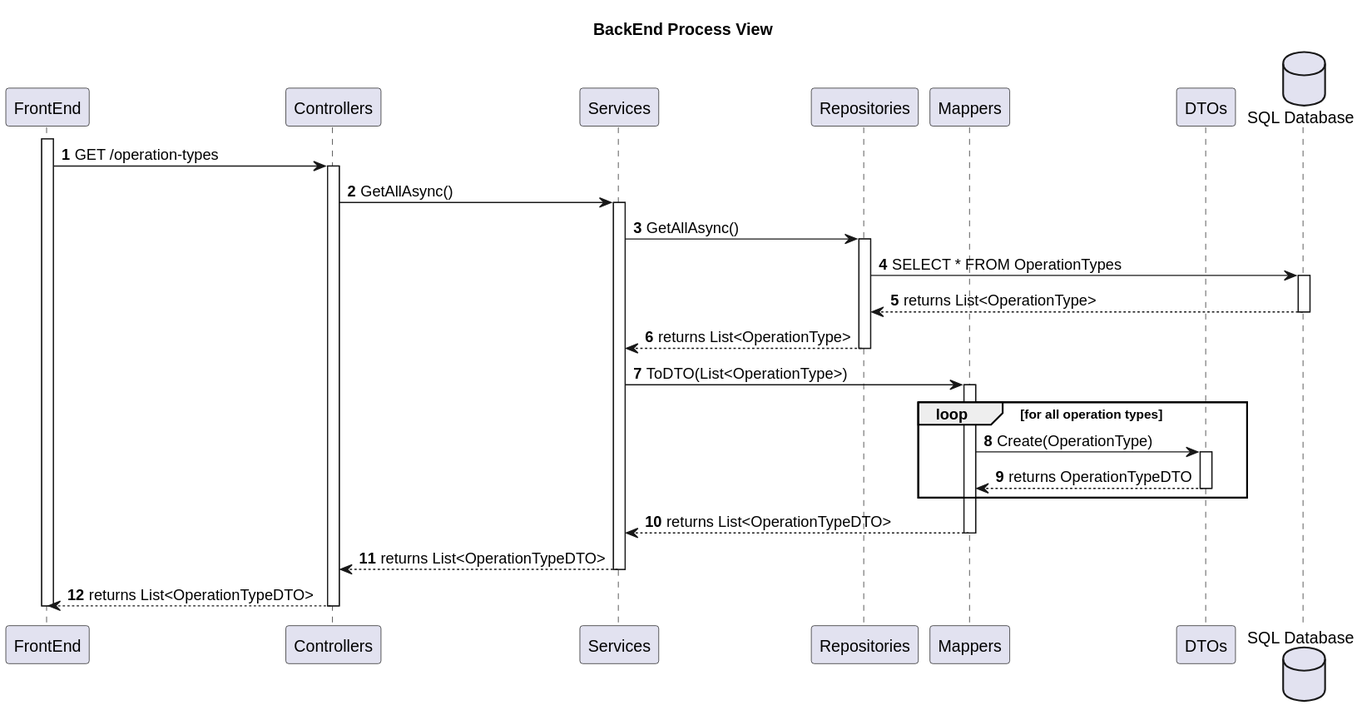
The PlantUML diagram docs/SprintA/38-list-operation-types/level3/backend-process-view.svg in MiguelCardoso77/SurgicalSync-BackEnd, before a commit.
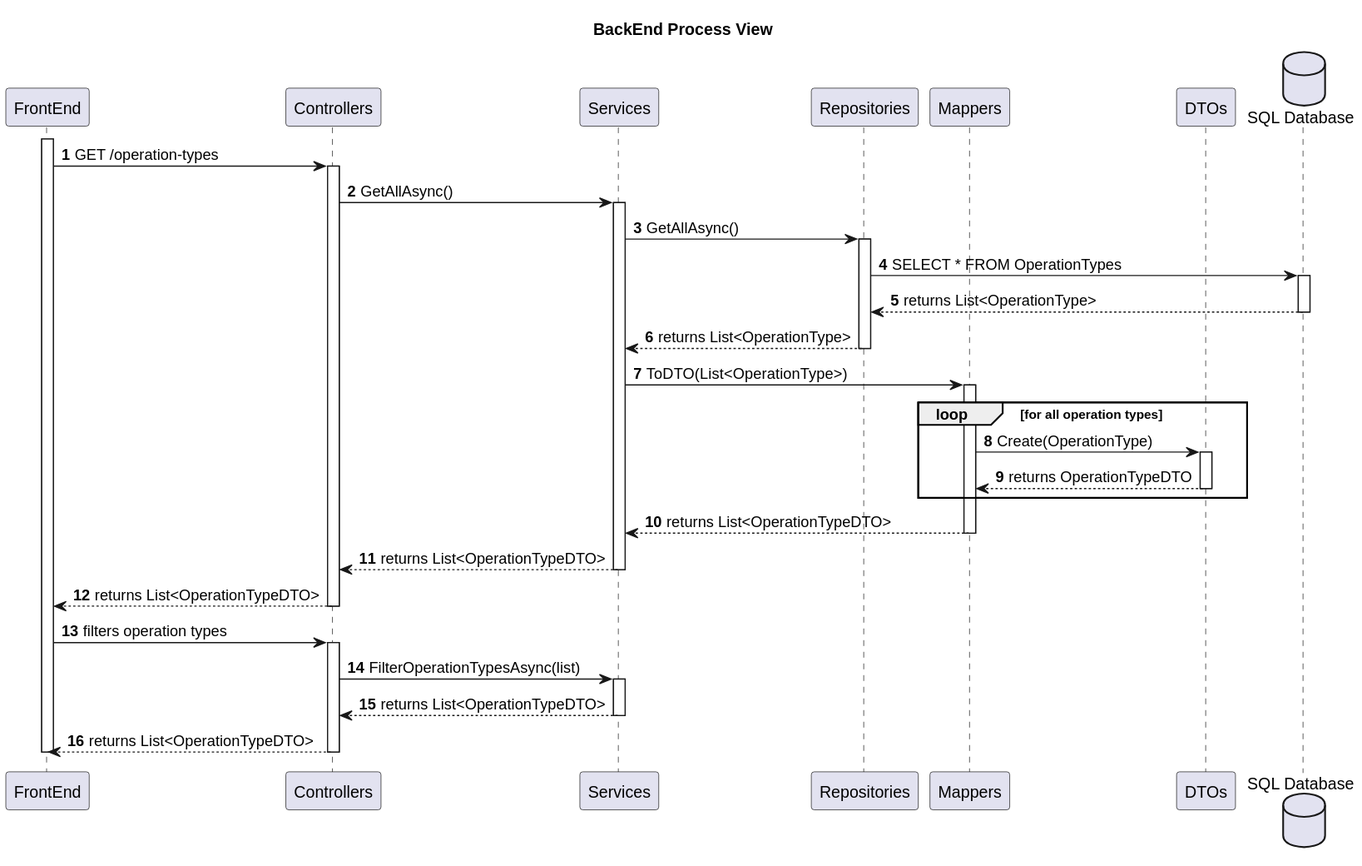
After the change.

Commit message:
#23 Documentation done for Listing Use Case

Change to the diagram source:
```diff
@@ -50,5 +50,17 @@
         CN --> FE : returns List<OperationTypeDTO>
     deactivate CN
 
+    FE -> CN : filters operation types
+    activate CN
+
+        CN -> SV : FilterOperationTypesAsync(list)
+        activate SV
+
+            SV --> CN : returns List<OperationTypeDTO>
+        deactivate SV
+
+        CN --> FE : returns List<OperationTypeDTO>
+    deactivate CN
+
 deactivate FE
 @enduml
```
